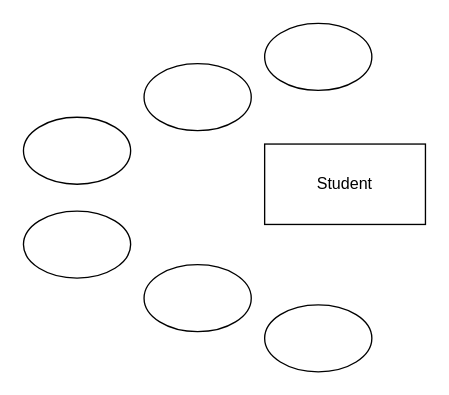
This is database.drawio from sujalthakuri/h, a draw.io file, before an edit. Source tidied: cells renumbered, new cells numbered last; positions are measured from the earlier drawing's top-left corner, leaving out a move shared by most shapes. Both pictures are drawn from the tidied source at 134%, with x=0, y=0 at pixel (23, 23).
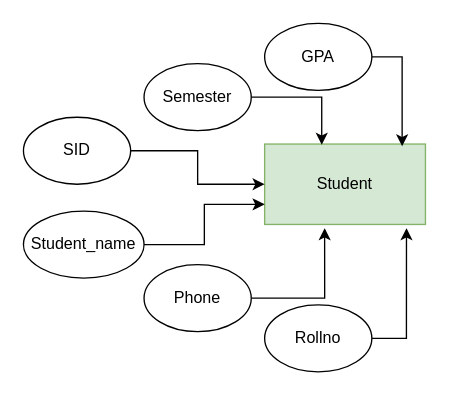
After the change.

Diff of the diagram source:
```diff
@@
 <mxGraphModel>
   <root>
     <mxCell id="0" />
     <mxCell id="1" parent="0" />
-    <mxCell id="2" value="Student" style="rounded=0;whiteSpace=wrap;html=1;" parent="1" vertex="1">
+    <mxCell id="2" value="Student" style="rounded=0;whiteSpace=wrap;html=1;fillColor=#d5e8d4;strokeColor=#82b366;" parent="1" vertex="1">
       <mxGeometry x="180" y="90" width="120" height="60" as="geometry" />
     </mxCell>
+    <mxCell id="9" style="edgeStyle=orthogonalEdgeStyle;rounded=0;jettySize=auto;html=1;exitX=1;exitY=0.5;exitDx=0;exitDy=0;entryX=0;entryY=0.5;entryDx=0;entryDy=0;" parent="1" edge="1" source="3" target="2">
+      <mxGeometry relative="1" as="geometry" />
+    </mxCell>
-    <mxCell id="3" style="ellipse;whiteSpace=wrap;html=1;" parent="1" vertex="1">
+    <mxCell id="3" value="SID" style="ellipse;whiteSpace=wrap;html=1;" parent="1" vertex="1">
       <mxGeometry y="70" width="80" height="50" as="geometry" />
     </mxCell>
+    <mxCell id="10" style="edgeStyle=orthogonalEdgeStyle;rounded=0;jettySize=auto;html=1;exitX=1;exitY=0.5;exitDx=0;exitDy=0;entryX=0.373;entryY=1.046;entryDx=0;entryDy=0;entryPerimeter=0;" parent="1" edge="1" source="4" target="2">
+      <mxGeometry relative="1" as="geometry" />
+    </mxCell>
-    <mxCell id="4" style="ellipse;whiteSpace=wrap;html=1;" parent="1" vertex="1">
+    <mxCell id="4" value="Phone" style="ellipse;whiteSpace=wrap;html=1;" parent="1" vertex="1">
       <mxGeometry x="90" y="180" width="80" height="50" as="geometry" />
     </mxCell>
+    <mxCell id="11" style="edgeStyle=orthogonalEdgeStyle;rounded=0;jettySize=auto;html=1;exitX=1;exitY=0.5;exitDx=0;exitDy=0;entryX=0.355;entryY=0.009;entryDx=0;entryDy=0;entryPerimeter=0;" parent="1" edge="1" source="5" target="2">
+      <mxGeometry relative="1" as="geometry" />
+    </mxCell>
-    <mxCell id="5" style="ellipse;whiteSpace=wrap;html=1;" parent="1" vertex="1">
+    <mxCell id="5" value="Semester" style="ellipse;whiteSpace=wrap;html=1;" parent="1" vertex="1">
       <mxGeometry x="90" y="30" width="80" height="50" as="geometry" />
     </mxCell>
+    <mxCell id="12" style="edgeStyle=orthogonalEdgeStyle;rounded=0;jettySize=auto;html=1;exitX=1;exitY=0.5;exitDx=0;exitDy=0;entryX=0.855;entryY=0.028;entryDx=0;entryDy=0;entryPerimeter=0;" parent="1" edge="1" source="6" target="2">
+      <mxGeometry relative="1" as="geometry" />
+    </mxCell>
-    <mxCell id="6" style="ellipse;whiteSpace=wrap;html=1;" parent="1" vertex="1">
+    <mxCell id="6" value="GPA" style="ellipse;whiteSpace=wrap;html=1;" parent="1" vertex="1">
       <mxGeometry x="180" width="80" height="50" as="geometry" />
     </mxCell>
+    <mxCell id="13" style="edgeStyle=orthogonalEdgeStyle;rounded=0;jettySize=auto;html=1;exitX=1;exitY=0.5;exitDx=0;exitDy=0;entryX=0;entryY=0.75;entryDx=0;entryDy=0;" parent="1" edge="1" source="7" target="2">
+      <mxGeometry relative="1" as="geometry" />
+    </mxCell>
-    <mxCell id="7" style="ellipse;whiteSpace=wrap;html=1;" parent="1" vertex="1">
-      <mxGeometry y="140" width="80" height="50" as="geometry" />
+    <mxCell id="7" value="Student_name" style="ellipse;whiteSpace=wrap;html=1;" parent="1" vertex="1">
+      <mxGeometry y="140" width="90" height="50" as="geometry" />
     </mxCell>
+    <mxCell id="14" style="edgeStyle=orthogonalEdgeStyle;rounded=0;jettySize=auto;html=1;exitX=1;exitY=0.5;exitDx=0;exitDy=0;entryX=0.882;entryY=1.046;entryDx=0;entryDy=0;entryPerimeter=0;" parent="1" edge="1" source="8" target="2">
+      <mxGeometry relative="1" as="geometry" />
+    </mxCell>
-    <mxCell id="8" style="ellipse;whiteSpace=wrap;html=1;" parent="1" vertex="1">
+    <mxCell id="8" value="Rollno" style="ellipse;whiteSpace=wrap;html=1;" parent="1" vertex="1">
       <mxGeometry x="180" y="210" width="80" height="50" as="geometry" />
     </mxCell>
   </root>
 </mxGraphModel>
```
